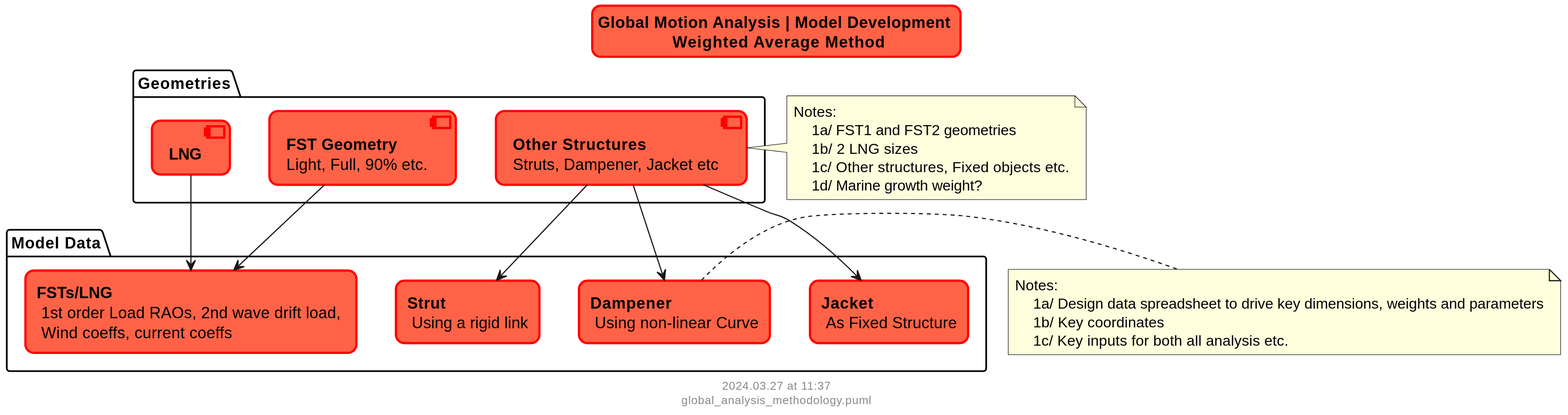
Before: docs/ship_design/global_motion/global_analysis_methodology.svg, a diagram exported from PlantUML (vamseeachanta/digitalmodel).
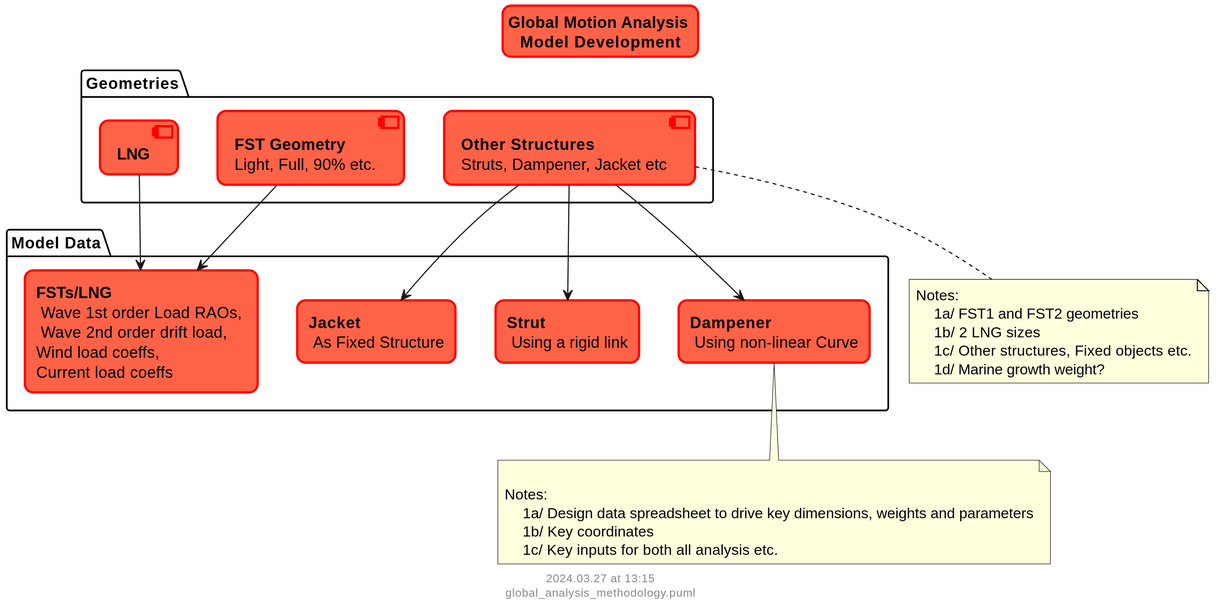
After the commit.

Diff of the diagram source:
```diff
@@ -6,7 +6,7 @@
 skinparam titleBackgroundColor Tomato
 
 
-title Global Motion Analysis | Model Development \n Weighted Average Method
+title Global Motion Analysis \nModel Development
 
 
 
@@ -17,7 +17,7 @@
 
 }
 
-note right
+note bottom
     Notes:
         1a/ FST1 and FST2 geometries
         1b/ 2 LNG sizes
@@ -26,13 +26,14 @@
 end note
 
 package "Model Data" as md {
-agent "**FSTs/LNG** \n 1st order Load RAOs, 2nd wave drift load, \n Wind coeffs, current coeffs" as FST_model_data
+agent "**FSTs/LNG** \n Wave 1st order Load RAOs, \n Wave 2nd order drift load, \nWind load coeffs, \nCurrent load coeffs" as FST_model_data
 agent "**Strut** \n Using a rigid link" as Strut
 agent "**Jacket** \n As Fixed Structure" as Jacket
 agent "**Dampener** \n Using non-linear Curve" as Dampener
 }
 
-note right
+note bottom
+
     Notes:
         1a/ Design data spreadsheet to drive key dimensions, weights and parameters
         1b/ Key coordinates
```
